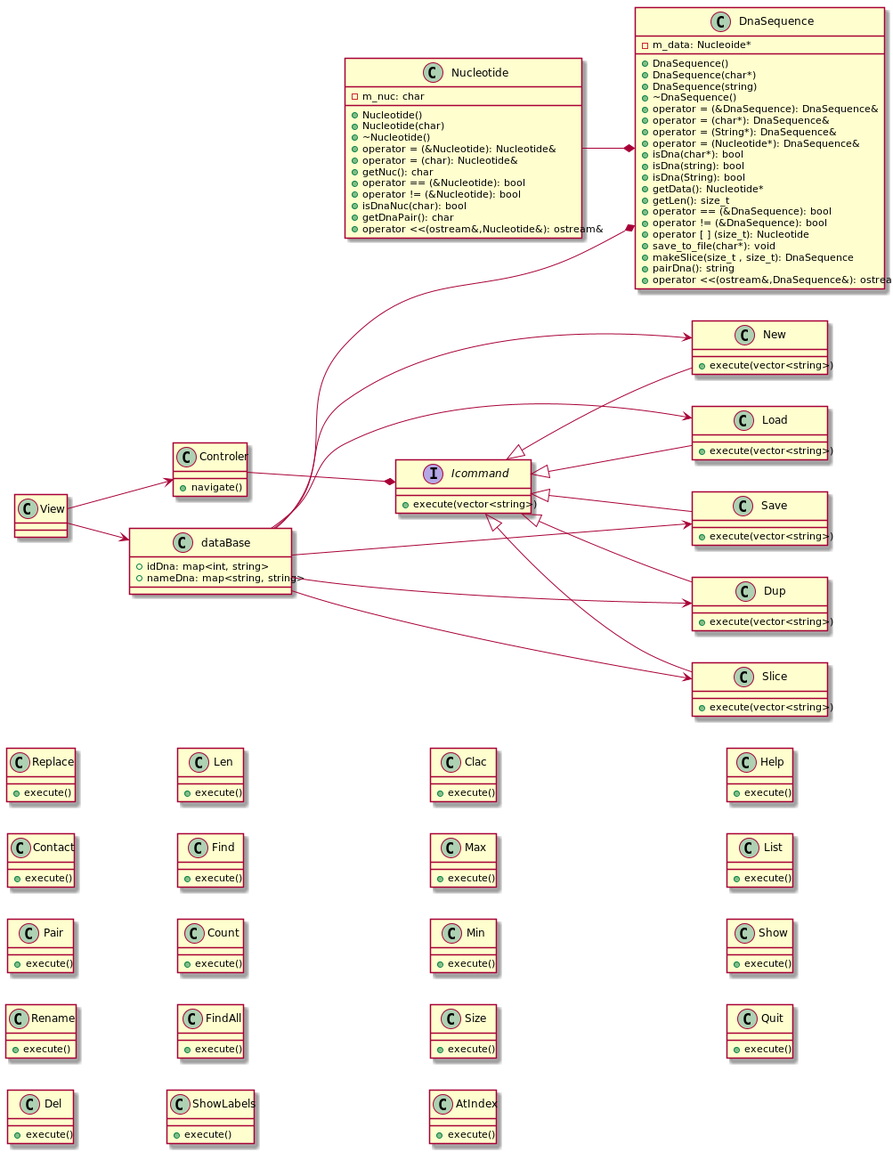
MarwanHalabi/dna-analyzer-project keeps this PlantUML diagram as classDiagram.png. Above is the earlier version. Its diagram source:
```plantuml
@startuml
left to right direction
class DnaSequence
{
    - m_data: Nucleoide*
    + DnaSequence()
    + DnaSequence(char*)
    + DnaSequence(string)
    + ~DnaSequence()
    + operator = (&DnaSequence): DnaSequence&
    + operator = (char*): DnaSequence&
    + operator = (String*): DnaSequence&
    + operator = (Nucleotide*): DnaSequence&
    + isDna(char*): bool
    + isDna(string): bool
    + isDna(String): bool
    + getData(): Nucleotide*
    + getLen(): size_t
    + operator == (&DnaSequence): bool
    + operator != (&DnaSequence): bool
    + operator [ ] (size_t): Nucleotide
    + save_to_file(char*): void
    + makeSlice(size_t , size_t): DnaSequence
    + pairDna(): string
    + operator <<(ostream&,DnaSequence&): ostream&
}

class Nucleotide
{
    - m_nuc: char
    + Nucleotide()
    + Nucleotide(char)
    + ~Nucleotide()
    + operator = (&Nucleotide): Nucleotide&
    + operator = (char): Nucleotide&
    + getNuc(): char
    + operator == (&Nucleotide): bool
    + operator != (&Nucleotide): bool
    + isDnaNuc(char): bool
    + getDnaPair(): char
    + operator <<(ostream&,Nucleotide&): ostream&
}

class Controler
{
    +navigate()
}

interface Icommand{
    +execute(vector<string>)
}

class New{
    +execute(vector<string>)
}

class Load{
    +execute(vector<string>)
}

class Save{
    +execute(vector<string>)
}

class Dup{
    +execute(vector<string>)
}

class Slice{
    +execute(vector<string>)
}

class Replace{
    +execute()
}

class Contact{
    +execute()
}

class Pair{
    +execute()
}

class Rename{
    +execute()
}

class Del{
    +execute()
}




class Len{
    +execute()
}

class Find{
    +execute()
}

class Count{
    +execute()
}

class FindAll{
    +execute()
}


class ShowLabels{
    +execute()
}

class Clac{
    +execute()
}

class Max{
    +execute()
}

class Min{
    +execute()
}

class Size{
    +execute()
}

class AtIndex{
    +execute()
}


class Help{
    +execute()
}

class List{
    +execute()
}

class Show{
    +execute()
}

class Quit{
    +execute()
}

Icommand <|-- New
Icommand <|-- Load
Icommand <|-- Dup
Icommand <|-- Save
Icommand <|-- Slice


class dataBase
{
    +idDna: map<int, string>
    +nameDna: map<string, string>
}

Nucleotide --* DnaSequence

Controler --* Icommand

View --> dataBase
View --> Controler
dataBase ---* DnaSequence

dataBase ---> New
dataBase ---> Load
dataBase ---> Dup
dataBase ---> Save
dataBase ---> Slice


@enduml
```
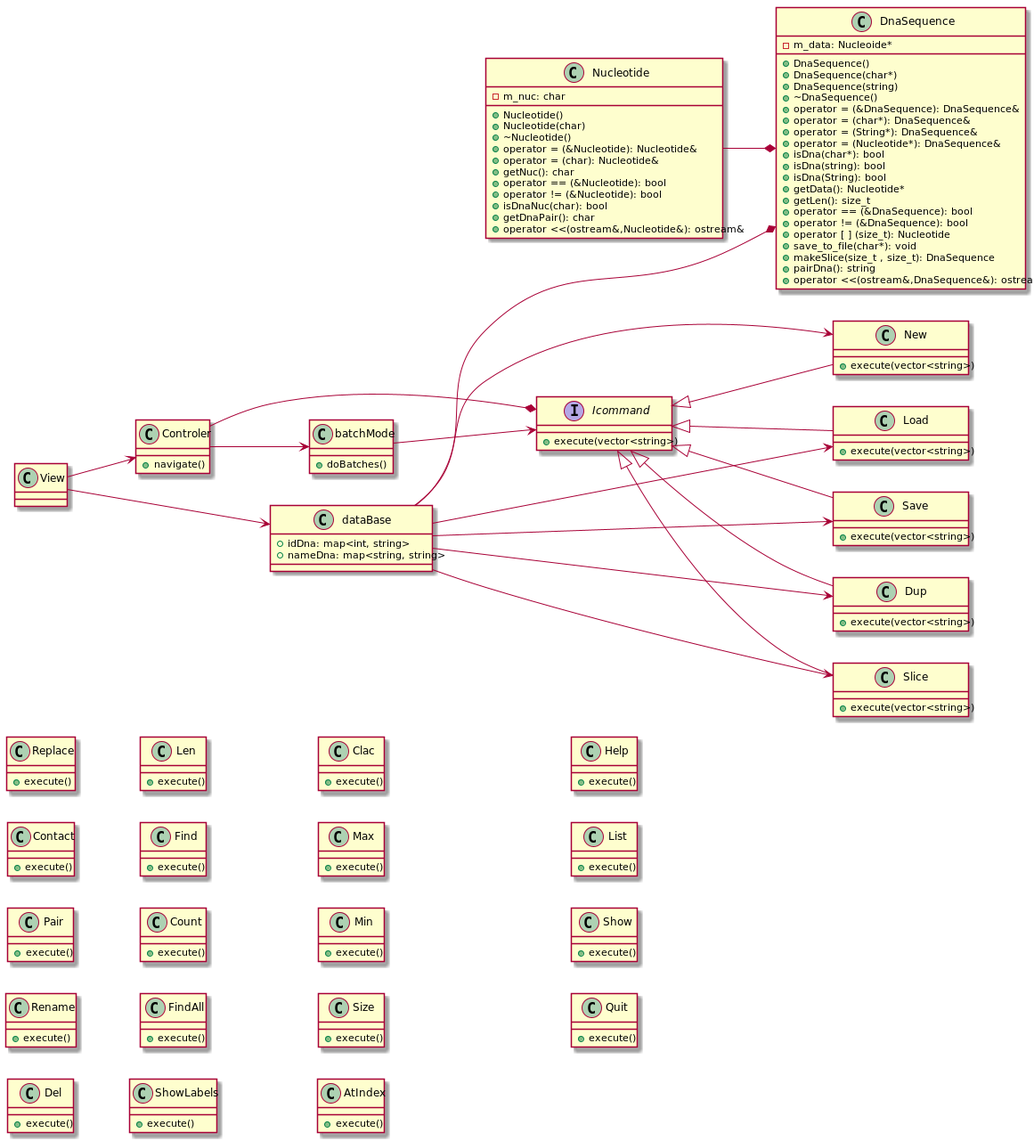
After the change.

The edit, as a diff of the source:
```diff
@@ -44,6 +44,11 @@
 class Controler
 {
     +navigate()
+}
+
+class batchMode
+{
+    +doBatches()
 }
 
 interface Icommand{
@@ -167,6 +172,8 @@
 Nucleotide --* DnaSequence
 
 Controler --* Icommand
+Controler --> batchMode
+batchMode --> Icommand
 
 View --> dataBase
 View --> Controler
```
